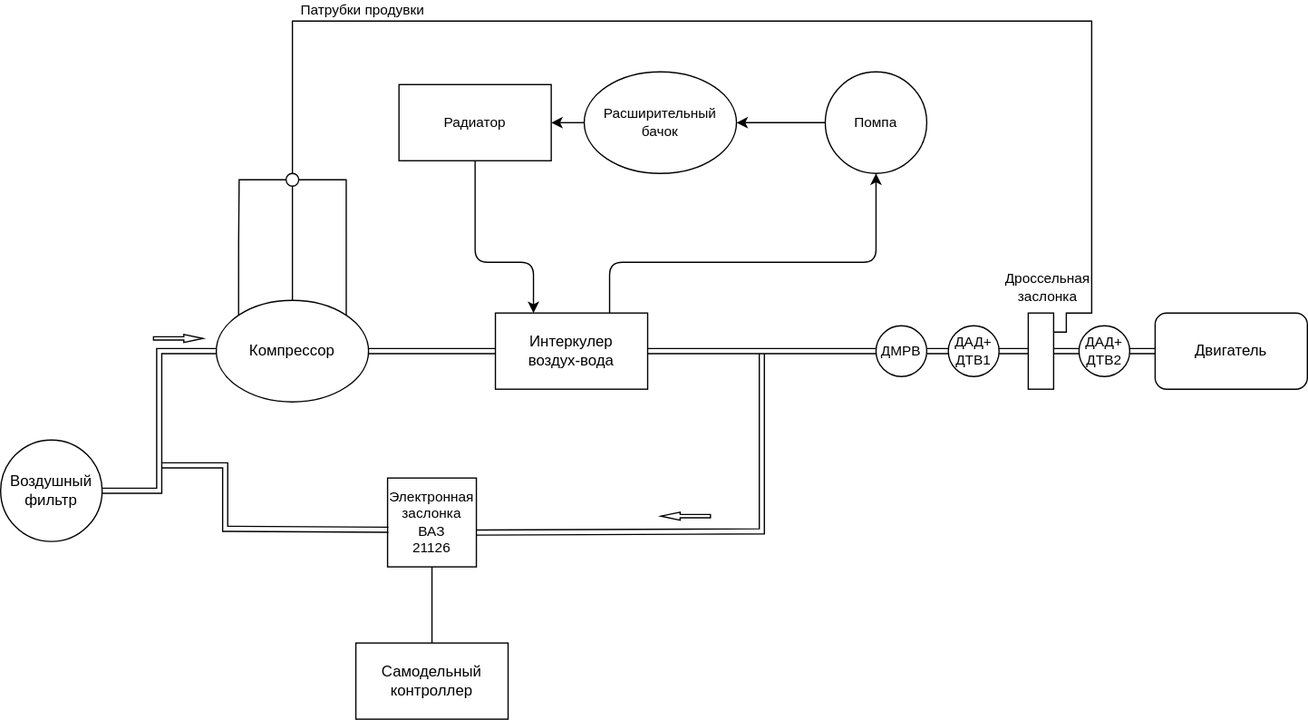
Above: parts_scheme.drawio.svg in kak-tus/compressor (draw.io), before the change. Source tidied: cells renumbered, new cells last; positions are measured from the earlier drawing's top-left corner, leaving out a move shared by most shapes.
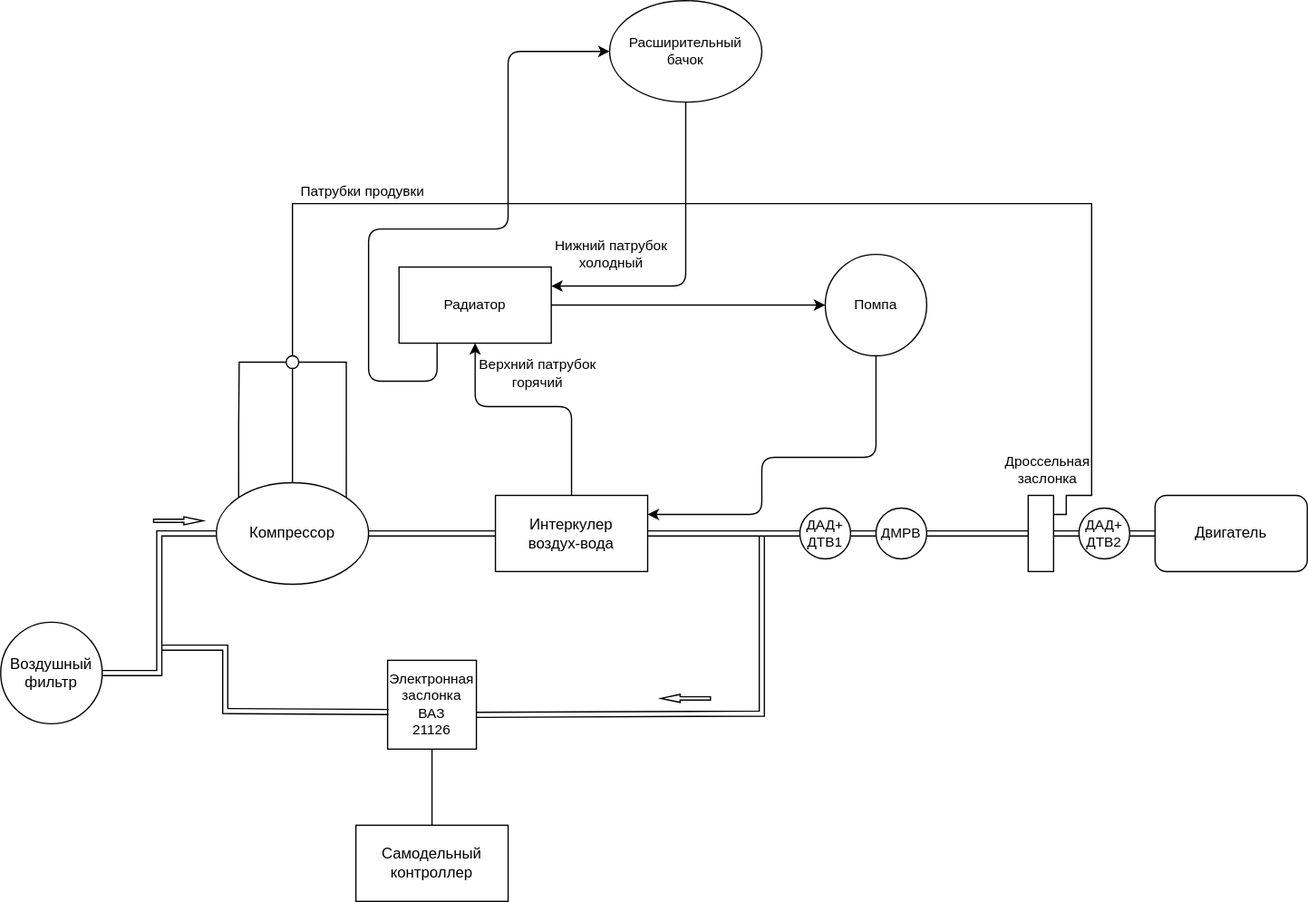
Above is the later version.

Commit message:
Extended tank connected to radiator.

The edit, as a diff of the source:
```diff
@@ -31,21 +31,26 @@
     <mxCell id="9" style="edgeStyle=orthogonalEdgeStyle;shape=link;rounded=0;jettySize=auto;html=1;exitX=1;exitY=0.5;exitDx=0;exitDy=0;entryX=0;entryY=0.5;entryDx=0;entryDy=0;labelBackgroundColor=default;strokeColor=default;strokeWidth=1;fontFamily=Helvetica;fontSize=11;fontColor=default;endArrow=none;endFill=0;" parent="1" edge="1" source="26" target="12">
       <mxGeometry relative="1" as="geometry" />
     </mxCell>
-    <mxCell id="10" style="edgeStyle=none;html=1;exitX=0.75;exitY=0;exitDx=0;exitDy=0;entryX=0.5;entryY=1;entryDx=0;entryDy=0;" parent="1" edge="1" source="11" target="32">
-      <mxGeometry relative="1" as="geometry">
-        <Array as="points">
-          <mxPoint x="480" y="190" />
-          <mxPoint x="690" y="190" />
-        </Array>
-      </mxGeometry>
-    </mxCell>
+    <mxCell id="38" style="edgeStyle=none;html=1;exitX=0.5;exitY=0;exitDx=0;exitDy=0;entryX=0.5;entryY=1;entryDx=0;entryDy=0;" parent="1" edge="1" source="11" target="28">
+      <mxGeometry relative="1" as="geometry">
+        <Array as="points">
+          <mxPoint x="450" y="160" />
+          <mxPoint x="374" y="160" />
+        </Array>
+      </mxGeometry>
+    </mxCell>
+    <mxCell id="39" value="Верхний патрубок&lt;br&gt;горячий" style="edgeLabel;html=1;align=center;verticalAlign=middle;" parent="38" vertex="1">
+      <mxGeometry x="0.64" y="2" relative="1" as="geometry">
+        <mxPoint x="51" y="-12" as="offset" />
+      </mxGeometry>
+    </mxCell>
     <mxCell id="11" value="Интеркулер&lt;br&gt;воздух-вода" style="rounded=0;whiteSpace=wrap;html=1;" parent="1" vertex="1">
       <mxGeometry x="390" y="230" width="120" height="60" as="geometry" />
     </mxCell>
     <mxCell id="12" value="Двигатель" style="rounded=1;whiteSpace=wrap;html=1;" parent="1" vertex="1">
       <mxGeometry x="910" y="230" width="120" height="60" as="geometry" />
     </mxCell>
-    <mxCell id="13" style="edgeStyle=orthogonalEdgeStyle;shape=link;rounded=0;jettySize=auto;html=1;exitX=1;exitY=0.5;exitDx=0;exitDy=0;entryX=0;entryY=0.5;entryDx=0;entryDy=0;labelBackgroundColor=default;strokeColor=default;strokeWidth=1;fontFamily=Helvetica;fontSize=11;fontColor=default;endArrow=none;endFill=0;" parent="1" edge="1" source="24" target="14">
+    <mxCell id="13" style="edgeStyle=orthogonalEdgeStyle;shape=link;rounded=0;jettySize=auto;html=1;entryX=0;entryY=0.5;entryDx=0;entryDy=0;labelBackgroundColor=default;strokeColor=default;strokeWidth=1;fontFamily=Helvetica;fontSize=11;fontColor=default;endArrow=none;endFill=0;exitX=1;exitY=0.5;exitDx=0;exitDy=0;" parent="1" edge="1" source="24" target="34">
       <mxGeometry relative="1" as="geometry" />
     </mxCell>
     <mxCell id="14" style="rounded=0;whiteSpace=wrap;html=1;fontFamily=Helvetica;fontSize=11;fontColor=default;" parent="1" vertex="1">
@@ -92,11 +97,11 @@
     <mxCell id="22" value="Самодельный контроллер" style="rounded=0;whiteSpace=wrap;html=1;" parent="1" vertex="1">
       <mxGeometry x="280" y="490" width="120" height="60" as="geometry" />
     </mxCell>
-    <mxCell id="23" style="edgeStyle=orthogonalEdgeStyle;shape=link;rounded=0;jettySize=auto;html=1;exitX=1;exitY=0.5;exitDx=0;exitDy=0;entryX=0;entryY=0.5;entryDx=0;entryDy=0;labelBackgroundColor=default;strokeColor=default;strokeWidth=1;fontFamily=Helvetica;fontSize=11;fontColor=default;endArrow=none;endFill=0;" parent="1" edge="1" source="34" target="24">
+    <mxCell id="23" style="edgeStyle=orthogonalEdgeStyle;shape=link;rounded=0;jettySize=auto;html=1;exitX=1;exitY=0.5;exitDx=0;exitDy=0;labelBackgroundColor=default;strokeColor=default;strokeWidth=1;fontFamily=Helvetica;fontSize=11;fontColor=default;endArrow=none;endFill=0;entryX=0;entryY=0.5;entryDx=0;entryDy=0;" parent="1" edge="1" source="34" target="14">
       <mxGeometry relative="1" as="geometry" />
     </mxCell>
     <mxCell id="24" value="ДАД+&lt;br&gt;ДТВ1" style="ellipse;whiteSpace=wrap;html=1;fontFamily=Helvetica;fontSize=11;fontColor=default;" parent="1" vertex="1">
-      <mxGeometry x="747" y="240" width="40" height="40" as="geometry" />
+      <mxGeometry x="630" y="240" width="40" height="40" as="geometry" />
     </mxCell>
     <mxCell id="25" style="edgeStyle=orthogonalEdgeStyle;shape=link;rounded=0;jettySize=auto;html=1;exitX=1;exitY=0.5;exitDx=0;exitDy=0;entryX=0;entryY=0.5;entryDx=0;entryDy=0;labelBackgroundColor=default;strokeColor=default;strokeWidth=1;fontFamily=Helvetica;fontSize=11;fontColor=default;endArrow=none;endFill=0;" parent="1" edge="1" source="14" target="26">
       <mxGeometry relative="1" as="geometry" />
@@ -104,30 +109,51 @@
     <mxCell id="26" value="ДАД+&lt;br&gt;ДТВ2" style="ellipse;whiteSpace=wrap;html=1;fontFamily=Helvetica;fontSize=11;fontColor=default;" parent="1" vertex="1">
       <mxGeometry x="850" y="240" width="40" height="40" as="geometry" />
     </mxCell>
-    <mxCell id="27" style="edgeStyle=none;html=1;exitX=0.5;exitY=1;exitDx=0;exitDy=0;entryX=0.25;entryY=0;entryDx=0;entryDy=0;" parent="1" edge="1" source="28" target="11">
-      <mxGeometry relative="1" as="geometry">
-        <Array as="points">
-          <mxPoint x="374" y="190" />
-          <mxPoint x="420" y="190" />
-        </Array>
-      </mxGeometry>
-    </mxCell>
+    <mxCell id="40" style="edgeStyle=none;html=1;exitX=1;exitY=0.5;exitDx=0;exitDy=0;entryX=0;entryY=0.5;entryDx=0;entryDy=0;" parent="1" edge="1" source="28" target="32">
+      <mxGeometry relative="1" as="geometry" />
+    </mxCell>
+    <mxCell id="41" value="Нижний патрубок&lt;br&gt;холодный" style="edgeLabel;html=1;align=center;verticalAlign=middle;" parent="40" vertex="1">
+      <mxGeometry x="-0.64" y="2" relative="1" as="geometry">
+        <mxPoint x="7" y="-38" as="offset" />
+      </mxGeometry>
+    </mxCell>
+    <mxCell id="42" style="edgeStyle=none;html=1;exitX=0.25;exitY=1;exitDx=0;exitDy=0;entryX=0;entryY=0.5;entryDx=0;entryDy=0;" parent="1" edge="1" source="28" target="30">
+      <mxGeometry relative="1" as="geometry">
+        <Array as="points">
+          <mxPoint x="344" y="140" />
+          <mxPoint x="290" y="140" />
+          <mxPoint x="290" y="20" />
+          <mxPoint x="400" y="20" />
+          <mxPoint x="400" y="-120" />
+        </Array>
+      </mxGeometry>
+    </mxCell>
     <mxCell id="28" value="Радиатор" style="rounded=0;whiteSpace=wrap;html=1;fontFamily=Helvetica;fontSize=11;fontColor=default;" parent="1" vertex="1">
       <mxGeometry x="314" y="50" width="120" height="60" as="geometry" />
     </mxCell>
-    <mxCell id="29" style="edgeStyle=none;html=1;" parent="1" edge="1" source="30" target="28">
-      <mxGeometry relative="1" as="geometry" />
+    <mxCell id="29" style="edgeStyle=none;html=1;exitX=0.5;exitY=1;exitDx=0;exitDy=0;entryX=1;entryY=0.25;entryDx=0;entryDy=0;" parent="1" edge="1" source="30" target="28">
+      <mxGeometry relative="1" as="geometry">
+        <Array as="points">
+          <mxPoint x="540" y="65" />
+        </Array>
+      </mxGeometry>
     </mxCell>
     <mxCell id="30" value="Расширительный&lt;br&gt;бачок" style="ellipse;whiteSpace=wrap;html=1;fontFamily=Helvetica;fontSize=11;fontColor=default;" parent="1" vertex="1">
-      <mxGeometry x="460" y="40" width="120" height="80" as="geometry" />
+      <mxGeometry x="480" y="-160" width="120" height="80" as="geometry" />
     </mxCell>
-    <mxCell id="31" style="edgeStyle=none;html=1;" parent="1" edge="1" source="32" target="30">
-      <mxGeometry relative="1" as="geometry" />
-    </mxCell>
+    <mxCell id="43" style="edgeStyle=none;html=1;exitX=0.5;exitY=1;exitDx=0;exitDy=0;entryX=1;entryY=0.25;entryDx=0;entryDy=0;" parent="1" edge="1" source="32" target="11">
+      <mxGeometry relative="1" as="geometry">
+        <Array as="points">
+          <mxPoint x="690" y="200" />
+          <mxPoint x="600" y="200" />
+          <mxPoint x="600" y="245" />
+        </Array>
+      </mxGeometry>
+    </mxCell>
     <mxCell id="32" value="Помпа" style="ellipse;whiteSpace=wrap;html=1;fontFamily=Helvetica;fontSize=11;fontColor=default;" parent="1" vertex="1">
       <mxGeometry x="650" y="40" width="80" height="80" as="geometry" />
     </mxCell>
-    <mxCell id="33" style="edgeStyle=orthogonalEdgeStyle;shape=link;rounded=0;jettySize=auto;html=1;exitX=1;exitY=0.5;exitDx=0;exitDy=0;entryX=0;entryY=0.5;entryDx=0;entryDy=0;labelBackgroundColor=default;strokeColor=default;strokeWidth=1;fontFamily=Helvetica;fontSize=11;fontColor=default;endArrow=none;endFill=0;" parent="1" edge="1" source="11" target="34">
+    <mxCell id="33" style="edgeStyle=orthogonalEdgeStyle;shape=link;rounded=0;jettySize=auto;html=1;exitX=1;exitY=0.5;exitDx=0;exitDy=0;entryX=0;entryY=0.5;entryDx=0;entryDy=0;labelBackgroundColor=default;strokeColor=default;strokeWidth=1;fontFamily=Helvetica;fontSize=11;fontColor=default;endArrow=none;endFill=0;" parent="1" edge="1" source="11" target="24">
       <mxGeometry relative="1" as="geometry" />
     </mxCell>
     <mxCell id="34" value="ДМРВ" style="ellipse;whiteSpace=wrap;html=1;fontFamily=Helvetica;fontSize=11;fontColor=default;" parent="1" vertex="1">
```
